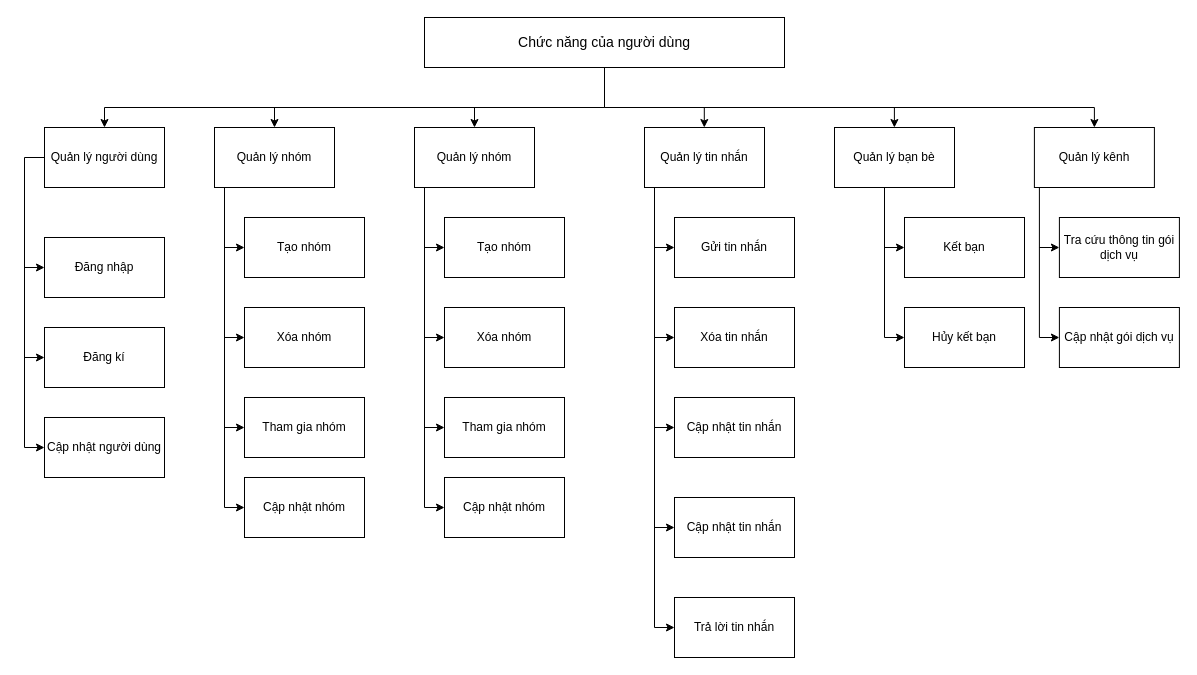
Above: phac thao do an cuoi cung/so do phan ra chuc nang.drawio in frozenproof/dactaphanmem (draw.io), before the change. Source tidied: cells renumbered, new cells numbered last; positions are measured from the earlier drawing's top-left corner, leaving out a move shared by most shapes. Both pictures are drawn from the tidied source at 100%, with x=0, y=0 at pixel (24, 17).
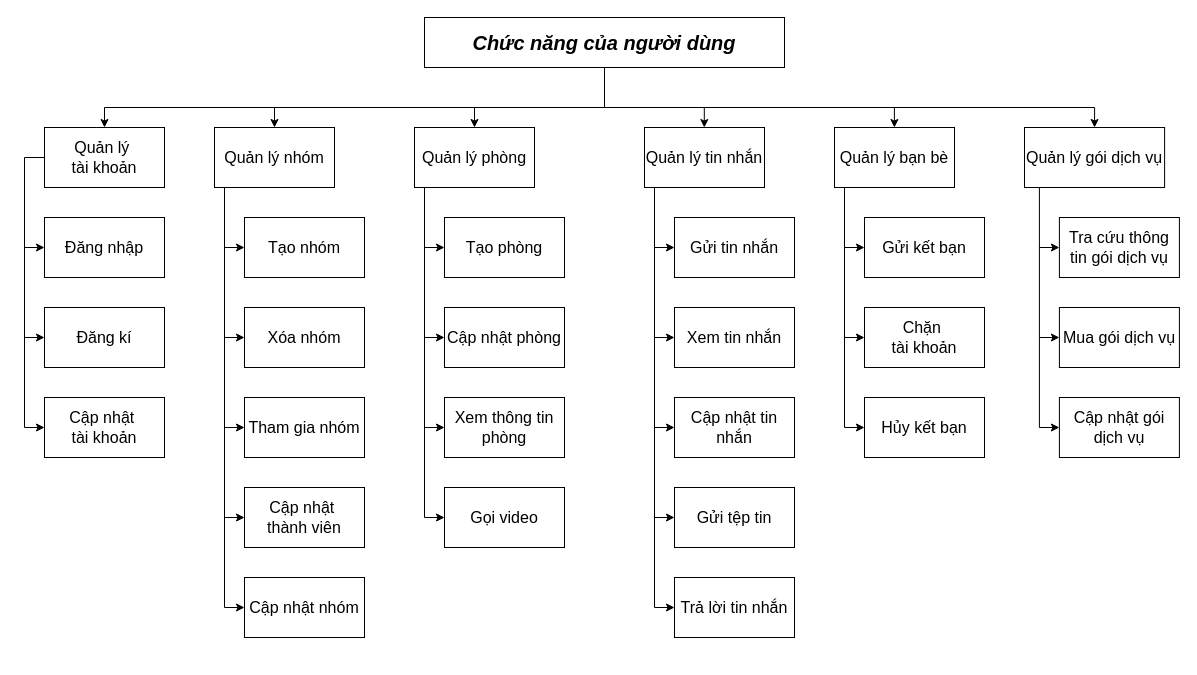
After the change.

What changed in the source:
```diff
@@
-    <mxCell id="2" style="edgeStyle=orthogonalEdgeStyle;rounded=0;jettySize=auto;html=1;" parent="1" edge="1" source="3" target="5">
+    <mxCell id="2" style="edgeStyle=orthogonalEdgeStyle;rounded=0;jettySize=auto;html=1;fontSize=16;" parent="1" edge="1" source="3" target="5">
       <mxGeometry relative="1" as="geometry">
         <Array as="points">
           <mxPoint x="580" y="90" />
           <mxPoint x="80" y="90" />
         </Array>
       </mxGeometry>
     </mxCell>
-    <mxCell id="3" value="&lt;span style=&quot;font-size: 14px;&quot;&gt;Chức năng của người dùng&lt;/span&gt;" style="rounded=0;whiteSpace=wrap;html=1;" parent="1" vertex="1">
+    <mxCell id="3" value="&lt;span style=&quot;font-size: 20px;&quot;&gt;Chức năng của&amp;nbsp;&lt;/span&gt;người dùng" style="rounded=0;whiteSpace=wrap;html=1;fontSize=20;fontStyle=3;" parent="1" vertex="1">
       <mxGeometry x="400" width="360" height="50" as="geometry" />
     </mxCell>
-    <mxCell id="4" style="edgeStyle=orthogonalEdgeStyle;rounded=0;jettySize=auto;html=1;" parent="1" edge="1" source="5" target="6">
+    <mxCell id="4" style="edgeStyle=orthogonalEdgeStyle;rounded=0;jettySize=auto;html=1;fontSize=16;" parent="1" edge="1" source="5" target="6">
       <mxGeometry relative="1" as="geometry">
         <Array as="points">
-          <mxPoint y="430" />
+          <mxPoint y="140" />
+          <mxPoint y="410" />
         </Array>
       </mxGeometry>
     </mxCell>
-    <mxCell id="5" value="Quản lý người dùng" style="rounded=0;whiteSpace=wrap;html=1;" parent="1" vertex="1">
+    <mxCell id="5" value="Quản lý&amp;nbsp;&lt;div&gt;tài khoản &lt;/div&gt;" style="rounded=0;whiteSpace=wrap;html=1;fontSize=16;" parent="1" vertex="1">
       <mxGeometry x="20" y="110" width="120" height="60" as="geometry" />
     </mxCell>
-    <mxCell id="6" value="Cập nhật người dùng" style="rounded=0;whiteSpace=wrap;html=1;" parent="1" vertex="1">
-      <mxGeometry x="20" y="400" width="120" height="60" as="geometry" />
+    <mxCell id="6" value="Cập nhật&amp;nbsp;&lt;div&gt;tài khoản &lt;/div&gt;" style="rounded=0;whiteSpace=wrap;html=1;fontSize=16;" parent="1" vertex="1">
+      <mxGeometry x="20" y="380" width="120" height="60" as="geometry" />
     </mxCell>
-    <mxCell id="7" value="Đăng kí" style="rounded=0;whiteSpace=wrap;html=1;" parent="1" vertex="1">
-      <mxGeometry x="20" y="310" width="120" height="60" as="geometry" />
+    <mxCell id="7" value="Đăng kí" style="rounded=0;whiteSpace=wrap;html=1;fontSize=16;" parent="1" vertex="1">
+      <mxGeometry x="20" y="290" width="120" height="60" as="geometry" />
     </mxCell>
-    <mxCell id="8" value="Đăng nhập" style="rounded=0;whiteSpace=wrap;html=1;" parent="1" vertex="1">
-      <mxGeometry x="20" y="220" width="120" height="60" as="geometry" />
+    <mxCell id="8" value="Đăng nhập" style="rounded=0;whiteSpace=wrap;html=1;fontSize=16;" parent="1" vertex="1">
+      <mxGeometry x="20" y="200" width="120" height="60" as="geometry" />
     </mxCell>
-    <mxCell id="9" style="endArrow=classic;html=1;rounded=0;entryX=0;entryY=0.5;entryDx=0;entryDy=0;" parent="1" edge="1" target="7">
+    <mxCell id="9" style="endArrow=classic;html=1;rounded=0;entryX=0;entryY=0.5;entryDx=0;entryDy=0;fontSize=16;" parent="1" edge="1" target="7">
       <mxGeometry relative="1" as="geometry">
-        <mxPoint y="340" as="sourcePoint" />
+        <mxPoint y="320" as="sourcePoint" />
       </mxGeometry>
     </mxCell>
-    <mxCell id="10" style="endArrow=classic;html=1;rounded=0;entryX=0;entryY=0.5;entryDx=0;entryDy=0;" parent="1" edge="1" target="8">
+    <mxCell id="10" style="endArrow=classic;html=1;rounded=0;entryX=0;entryY=0.5;entryDx=0;entryDy=0;fontSize=16;" parent="1" edge="1" target="8">
       <mxGeometry relative="1" as="geometry">
-        <mxPoint y="250" as="sourcePoint" />
+        <mxPoint y="230" as="sourcePoint" />
       </mxGeometry>
     </mxCell>
-    <mxCell id="11" value="Quản lý nhóm" style="rounded=0;whiteSpace=wrap;html=1;" parent="1" vertex="1">
+    <mxCell id="11" value="Quản lý nhóm" style="rounded=0;whiteSpace=wrap;html=1;fontSize=16;" parent="1" vertex="1">
       <mxGeometry x="190" y="110" width="120" height="60" as="geometry" />
     </mxCell>
-    <mxCell id="12" style="endArrow=classic;html=1;rounded=0;entryX=0.5;entryY=0;entryDx=0;entryDy=0;" parent="1" edge="1" target="11">
+    <mxCell id="12" style="endArrow=classic;html=1;rounded=0;entryX=0.5;entryY=0;entryDx=0;entryDy=0;fontSize=16;" parent="1" edge="1" target="11">
       <mxGeometry relative="1" as="geometry">
         <mxPoint x="250" y="90" as="sourcePoint" />
       </mxGeometry>
     </mxCell>
-    <mxCell id="13" style="edgeStyle=orthogonalEdgeStyle;rounded=0;jettySize=auto;html=1;exitX=0.5;exitY=1;exitDx=0;exitDy=0;entryX=0.5;entryY=0;entryDx=0;entryDy=0;" parent="1" edge="1" source="3" target="15">
+    <mxCell id="13" style="edgeStyle=orthogonalEdgeStyle;rounded=0;jettySize=auto;html=1;exitX=0.5;exitY=1;exitDx=0;exitDy=0;entryX=0.5;entryY=0;entryDx=0;entryDy=0;fontSize=16;" parent="1" edge="1" source="3" target="15">
       <mxGeometry relative="1" as="geometry">
         <Array as="points">
           <mxPoint x="580" y="50" />
           <mxPoint x="580" y="90" />
           <mxPoint x="1070" y="90" />
         </Array>
       </mxGeometry>
     </mxCell>
-    <mxCell id="14" value="Quản lý bạn bè" style="rounded=0;whiteSpace=wrap;html=1;" parent="1" vertex="1">
+    <mxCell id="14" value="Quản lý bạn bè" style="rounded=0;whiteSpace=wrap;html=1;fontSize=16;" parent="1" vertex="1">
       <mxGeometry x="810" y="110" width="120" height="60" as="geometry" />
     </mxCell>
-    <mxCell id="15" value="Quản lý kênh" style="rounded=0;whiteSpace=wrap;html=1;" parent="1" vertex="1">
-      <mxGeometry x="1009.9" y="110" width="120" height="60" as="geometry" />
+    <mxCell id="15" value="Quản lý gói dịch vụ" style="rounded=0;whiteSpace=wrap;html=1;fontSize=16;" parent="1" vertex="1">
+      <mxGeometry x="1000" y="110" width="140.1" height="60" as="geometry" />
     </mxCell>
-    <mxCell id="16" style="edgeStyle=orthogonalEdgeStyle;rounded=0;jettySize=auto;html=1;entryX=0;entryY=0.5;entryDx=0;entryDy=0;" parent="1" edge="1" target="23">
+    <mxCell id="16" style="edgeStyle=orthogonalEdgeStyle;rounded=0;jettySize=auto;html=1;entryX=0;entryY=0.5;entryDx=0;entryDy=0;fontSize=16;" parent="1" edge="1" target="23">
       <mxGeometry relative="1" as="geometry">
         <mxPoint x="200" y="170" as="sourcePoint" />
         <Array as="points">
-          <mxPoint x="200" y="490" />
+          <mxPoint x="200" y="590" />
         </Array>
       </mxGeometry>
     </mxCell>
-    <mxCell id="17" value="Xóa nhóm" style="rounded=0;whiteSpace=wrap;html=1;" parent="1" vertex="1">
+    <mxCell id="17" value="Xóa nhóm" style="rounded=0;whiteSpace=wrap;html=1;fontSize=16;" parent="1" vertex="1">
       <mxGeometry x="220" y="290" width="120" height="60" as="geometry" />
     </mxCell>
-    <mxCell id="18" value="Tạo nhóm" style="rounded=0;whiteSpace=wrap;html=1;" parent="1" vertex="1">
+    <mxCell id="18" value="Tạo nhóm" style="rounded=0;whiteSpace=wrap;html=1;fontSize=16;" parent="1" vertex="1">
       <mxGeometry x="220" y="200" width="120" height="60" as="geometry" />
     </mxCell>
-    <mxCell id="19" style="endArrow=classic;html=1;rounded=0;entryX=0;entryY=0.5;entryDx=0;entryDy=0;" parent="1" edge="1" target="17">
+    <mxCell id="19" style="endArrow=classic;html=1;rounded=0;entryX=0;entryY=0.5;entryDx=0;entryDy=0;fontSize=16;" parent="1" edge="1" target="17">
       <mxGeometry relative="1" as="geometry">
         <mxPoint x="200" y="320" as="sourcePoint" />
       </mxGeometry>
     </mxCell>
-    <mxCell id="20" style="endArrow=classic;html=1;rounded=0;entryX=0;entryY=0.5;entryDx=0;entryDy=0;" parent="1" edge="1" target="18">
+    <mxCell id="20" style="endArrow=classic;html=1;rounded=0;entryX=0;entryY=0.5;entryDx=0;entryDy=0;fontSize=16;" parent="1" edge="1" target="18">
       <mxGeometry relative="1" as="geometry">
         <mxPoint x="200" y="230" as="sourcePoint" />
       </mxGeometry>
     </mxCell>
-    <mxCell id="21" value="Tham gia nhóm" style="rounded=0;whiteSpace=wrap;html=1;" parent="1" vertex="1">
+    <mxCell id="21" value="Tham gia nhóm" style="rounded=0;whiteSpace=wrap;html=1;fontSize=16;" parent="1" vertex="1">
       <mxGeometry x="220" y="380" width="120" height="60" as="geometry" />
     </mxCell>
-    <mxCell id="22" style="endArrow=classic;html=1;rounded=0;entryX=0;entryY=0.5;entryDx=0;entryDy=0;" parent="1" edge="1" target="21">
+    <mxCell id="22" style="endArrow=classic;html=1;rounded=0;entryX=0;entryY=0.5;entryDx=0;entryDy=0;fontSize=16;" parent="1" edge="1" target="21">
       <mxGeometry relative="1" as="geometry">
         <mxPoint x="200" y="410" as="sourcePoint" />
       </mxGeometry>
     </mxCell>
-    <mxCell id="23" value="Cập nhật nhóm" style="rounded=0;whiteSpace=wrap;html=1;" parent="1" vertex="1">
-      <mxGeometry x="220" y="460" width="120" height="60" as="geometry" />
+    <mxCell id="23" value="Cập nhật nhóm" style="rounded=0;whiteSpace=wrap;html=1;fontSize=16;" parent="1" vertex="1">
+      <mxGeometry x="220" y="560" width="120" height="60" as="geometry" />
     </mxCell>
-    <mxCell id="24" style="edgeStyle=orthogonalEdgeStyle;rounded=0;jettySize=auto;html=1;entryX=0;entryY=0.5;entryDx=0;entryDy=0;" parent="1" edge="1" target="25">
+    <mxCell id="24" style="edgeStyle=orthogonalEdgeStyle;rounded=0;jettySize=auto;html=1;entryX=0;entryY=0.5;entryDx=0;entryDy=0;fontSize=16;" parent="1" edge="1" target="25">
       <mxGeometry relative="1" as="geometry">
         <mxPoint x="1014.9" y="170" as="sourcePoint" />
         <Array as="points">
-          <mxPoint x="1014.9" y="320" />
+          <mxPoint x="1015" y="410" />
         </Array>
       </mxGeometry>
     </mxCell>
-    <mxCell id="25" value="Cập nhật gói dịch vụ" style="rounded=0;whiteSpace=wrap;html=1;" parent="1" vertex="1">
-      <mxGeometry x="1034.9" y="290" width="120" height="60" as="geometry" />
+    <mxCell id="25" value="Cập nhật gói dịch vụ" style="rounded=0;whiteSpace=wrap;html=1;fontSize=16;" parent="1" vertex="1">
+      <mxGeometry x="1034.9" y="380" width="120" height="60" as="geometry" />
     </mxCell>
-    <mxCell id="26" value="Tra cứu thông tin gói dịch vụ" style="rounded=0;whiteSpace=wrap;html=1;" parent="1" vertex="1">
+    <mxCell id="26" value="Tra cứu thông tin gói dịch vụ" style="rounded=0;whiteSpace=wrap;html=1;fontSize=16;" parent="1" vertex="1">
       <mxGeometry x="1034.9" y="200" width="120" height="60" as="geometry" />
     </mxCell>
-    <mxCell id="27" style="endArrow=classic;html=1;rounded=0;entryX=0;entryY=0.5;entryDx=0;entryDy=0;" parent="1" edge="1" target="26">
+    <mxCell id="27" style="endArrow=classic;html=1;rounded=0;entryX=0;entryY=0.5;entryDx=0;entryDy=0;fontSize=16;" parent="1" edge="1" target="26">
       <mxGeometry relative="1" as="geometry">
         <mxPoint x="1014.9" y="230" as="sourcePoint" />
       </mxGeometry>
     </mxCell>
-    <mxCell id="28" style="edgeStyle=orthogonalEdgeStyle;rounded=0;jettySize=auto;html=1;entryX=0;entryY=0.5;entryDx=0;entryDy=0;" parent="1" edge="1" target="29">
+    <mxCell id="28" style="edgeStyle=orthogonalEdgeStyle;rounded=0;jettySize=auto;html=1;entryX=0;entryY=0.5;entryDx=0;entryDy=0;fontSize=16;" parent="1" edge="1" target="29">
       <mxGeometry relative="1" as="geometry">
-        <mxPoint x="860" y="170" as="sourcePoint" />
+        <mxPoint x="820" y="170" as="sourcePoint" />
         <Array as="points">
-          <mxPoint x="860" y="320" />
+          <mxPoint x="820" y="410" />
         </Array>
       </mxGeometry>
     </mxCell>
-    <mxCell id="29" value="Hủy kết bạn" style="rounded=0;whiteSpace=wrap;html=1;" parent="1" vertex="1">
-      <mxGeometry x="880" y="290" width="120" height="60" as="geometry" />
+    <mxCell id="29" value="Hủy kết bạn" style="rounded=0;whiteSpace=wrap;html=1;fontSize=16;" parent="1" vertex="1">
+      <mxGeometry x="840" y="380" width="120" height="60" as="geometry" />
     </mxCell>
-    <mxCell id="30" value="Kết bạn" style="rounded=0;whiteSpace=wrap;html=1;" parent="1" vertex="1">
-      <mxGeometry x="880" y="200" width="120" height="60" as="geometry" />
+    <mxCell id="30" value="Gửi kết bạn" style="rounded=0;whiteSpace=wrap;html=1;fontSize=16;" parent="1" vertex="1">
+      <mxGeometry x="840" y="200" width="120" height="60" as="geometry" />
     </mxCell>
-    <mxCell id="31" style="endArrow=classic;html=1;rounded=0;entryX=0;entryY=0.5;entryDx=0;entryDy=0;" parent="1" edge="1" target="30">
+    <mxCell id="31" style="endArrow=classic;html=1;rounded=0;entryX=0;entryY=0.5;entryDx=0;entryDy=0;fontSize=16;" parent="1" edge="1" target="30">
       <mxGeometry relative="1" as="geometry">
-        <mxPoint x="860" y="230" as="sourcePoint" />
+        <mxPoint x="820" y="230" as="sourcePoint" />
       </mxGeometry>
     </mxCell>
-    <mxCell id="32" style="endArrow=classic;html=1;rounded=0;entryX=0.5;entryY=0;entryDx=0;entryDy=0;" parent="1" edge="1">
+    <mxCell id="32" style="endArrow=classic;html=1;rounded=0;entryX=0.5;entryY=0;entryDx=0;entryDy=0;fontSize=16;" parent="1" edge="1">
       <mxGeometry relative="1" as="geometry">
         <mxPoint x="869.9" y="90" as="sourcePoint" />
         <mxPoint x="869.9" y="110" as="targetPoint" />
       </mxGeometry>
     </mxCell>
-    <mxCell id="33" value="Quản lý tin nhắn" style="rounded=0;whiteSpace=wrap;html=1;" parent="1" vertex="1">
+    <mxCell id="33" value="Quản lý tin nhắn" style="rounded=0;whiteSpace=wrap;html=1;fontSize=16;" parent="1" vertex="1">
       <mxGeometry x="620" y="110" width="120" height="60" as="geometry" />
     </mxCell>
-    <mxCell id="34" style="edgeStyle=orthogonalEdgeStyle;rounded=0;jettySize=auto;html=1;entryX=0;entryY=0.5;entryDx=0;entryDy=0;" parent="1" edge="1" target="41">
+    <mxCell id="34" style="edgeStyle=orthogonalEdgeStyle;rounded=0;jettySize=auto;html=1;entryX=0;entryY=0.5;entryDx=0;entryDy=0;fontSize=16;" parent="1" edge="1" target="41">
       <mxGeometry relative="1" as="geometry">
         <mxPoint x="630" y="170" as="sourcePoint" />
         <Array as="points">
-          <mxPoint x="630" y="610" />
+          <mxPoint x="630" y="590" />
         </Array>
       </mxGeometry>
     </mxCell>
-    <mxCell id="35" value="Xóa tin nhắn" style="rounded=0;whiteSpace=wrap;html=1;" parent="1" vertex="1">
+    <mxCell id="35" value="Xem tin nhắn" style="rounded=0;whiteSpace=wrap;html=1;fontSize=16;" parent="1" vertex="1">
       <mxGeometry x="650" y="290" width="120" height="60" as="geometry" />
     </mxCell>
-    <mxCell id="36" value="Gửi tin nhắn" style="rounded=0;whiteSpace=wrap;html=1;" parent="1" vertex="1">
+    <mxCell id="36" value="Gửi tin nhắn" style="rounded=0;whiteSpace=wrap;html=1;fontSize=16;" parent="1" vertex="1">
       <mxGeometry x="650" y="200" width="120" height="60" as="geometry" />
     </mxCell>
-    <mxCell id="37" style="endArrow=classic;html=1;rounded=0;entryX=0;entryY=0.5;entryDx=0;entryDy=0;" parent="1" edge="1" target="35">
+    <mxCell id="37" style="endArrow=classic;html=1;rounded=0;entryX=0;entryY=0.5;entryDx=0;entryDy=0;fontSize=16;" parent="1" edge="1" target="35">
       <mxGeometry relative="1" as="geometry">
         <mxPoint x="630" y="320" as="sourcePoint" />
       </mxGeometry>
     </mxCell>
-    <mxCell id="38" style="endArrow=classic;html=1;rounded=0;entryX=0;entryY=0.5;entryDx=0;entryDy=0;" parent="1" edge="1" target="36">
+    <mxCell id="38" style="endArrow=classic;html=1;rounded=0;entryX=0;entryY=0.5;entryDx=0;entryDy=0;fontSize=16;" parent="1" edge="1" target="36">
       <mxGeometry relative="1" as="geometry">
         <mxPoint x="630" y="230" as="sourcePoint" />
       </mxGeometry>
     </mxCell>
-    <mxCell id="39" value="Cập nhật tin nhắn" style="rounded=0;whiteSpace=wrap;html=1;" parent="1" vertex="1">
+    <mxCell id="39" value="Cập nhật tin nhắn" style="rounded=0;whiteSpace=wrap;html=1;fontSize=16;" parent="1" vertex="1">
       <mxGeometry x="650" y="380" width="120" height="60" as="geometry" />
     </mxCell>
-    <mxCell id="40" style="endArrow=classic;html=1;rounded=0;entryX=0;entryY=0.5;entryDx=0;entryDy=0;" parent="1" edge="1" target="39">
+    <mxCell id="40" style="endArrow=classic;html=1;rounded=0;entryX=0;entryY=0.5;entryDx=0;entryDy=0;fontSize=16;" parent="1" edge="1" target="39">
       <mxGeometry relative="1" as="geometry">
         <mxPoint x="630" y="410" as="sourcePoint" />
       </mxGeometry>
     </mxCell>
-    <mxCell id="41" value="Trả lời tin nhắn" style="rounded=0;whiteSpace=wrap;html=1;" parent="1" vertex="1">
-      <mxGeometry x="650" y="580" width="120" height="60" as="geometry" />
+    <mxCell id="41" value="Trả lời tin nhắn" style="rounded=0;whiteSpace=wrap;html=1;fontSize=16;" parent="1" vertex="1">
+      <mxGeometry x="650" y="560" width="120" height="60" as="geometry" />
     </mxCell>
-    <mxCell id="42" value="Cập nhật tin nhắn" style="rounded=0;whiteSpace=wrap;html=1;" parent="1" vertex="1">
-      <mxGeometry x="650" y="480" width="120" height="60" as="geometry" />
+    <mxCell id="42" value="Gửi tệp tin" style="rounded=0;whiteSpace=wrap;html=1;fontSize=16;" parent="1" vertex="1">
+      <mxGeometry x="650" y="470" width="120" height="60" as="geometry" />
     </mxCell>
-    <mxCell id="43" style="endArrow=classic;html=1;rounded=0;entryX=0;entryY=0.5;entryDx=0;entryDy=0;" parent="1" edge="1" target="42">
+    <mxCell id="43" style="endArrow=classic;html=1;rounded=0;entryX=0;entryY=0.5;entryDx=0;entryDy=0;fontSize=16;" parent="1" edge="1" target="42">
       <mxGeometry relative="1" as="geometry">
-        <mxPoint x="630" y="510" as="sourcePoint" />
+        <mxPoint x="630" y="500" as="sourcePoint" />
       </mxGeometry>
     </mxCell>
-    <mxCell id="44" style="endArrow=classic;html=1;rounded=0;entryX=0.5;entryY=0;entryDx=0;entryDy=0;" parent="1" edge="1">
+    <mxCell id="44" style="endArrow=classic;html=1;rounded=0;entryX=0.5;entryY=0;entryDx=0;entryDy=0;fontSize=16;" parent="1" edge="1">
       <mxGeometry relative="1" as="geometry">
         <mxPoint x="679.8" y="90" as="sourcePoint" />
         <mxPoint x="679.8" y="110" as="targetPoint" />
       </mxGeometry>
     </mxCell>
-    <mxCell id="45" value="Quản lý nhóm" style="rounded=0;whiteSpace=wrap;html=1;" parent="1" vertex="1">
+    <mxCell id="45" value="Quản lý phòng" style="rounded=0;whiteSpace=wrap;html=1;fontSize=16;" parent="1" vertex="1">
       <mxGeometry x="390" y="110" width="120" height="60" as="geometry" />
     </mxCell>
-    <mxCell id="46" style="endArrow=classic;html=1;rounded=0;entryX=0.5;entryY=0;entryDx=0;entryDy=0;" parent="1" edge="1" target="45">
+    <mxCell id="46" style="endArrow=classic;html=1;rounded=0;entryX=0.5;entryY=0;entryDx=0;entryDy=0;fontSize=16;" parent="1" edge="1" target="45">
       <mxGeometry relative="1" as="geometry">
         <mxPoint x="450" y="90" as="sourcePoint" />
       </mxGeometry>
     </mxCell>
-    <mxCell id="47" style="edgeStyle=orthogonalEdgeStyle;rounded=0;jettySize=auto;html=1;entryX=0;entryY=0.5;entryDx=0;entryDy=0;" parent="1" edge="1" target="54">
+    <mxCell id="47" style="edgeStyle=orthogonalEdgeStyle;rounded=0;jettySize=auto;html=1;entryX=0;entryY=0.5;entryDx=0;entryDy=0;fontSize=16;" parent="1" edge="1" target="54">
       <mxGeometry relative="1" as="geometry">
         <mxPoint x="400" y="170" as="sourcePoint" />
         <Array as="points">
-          <mxPoint x="400" y="490" />
+          <mxPoint x="400" y="500" />
         </Array>
       </mxGeometry>
     </mxCell>
-    <mxCell id="48" value="Xóa nhóm" style="rounded=0;whiteSpace=wrap;html=1;" parent="1" vertex="1">
+    <mxCell id="48" value="Cập nhật phòng" style="rounded=0;whiteSpace=wrap;html=1;fontSize=16;" parent="1" vertex="1">
       <mxGeometry x="420" y="290" width="120" height="60" as="geometry" />
     </mxCell>
-    <mxCell id="49" value="Tạo nhóm" style="rounded=0;whiteSpace=wrap;html=1;" parent="1" vertex="1">
+    <mxCell id="49" value="Tạo phòng" style="rounded=0;whiteSpace=wrap;html=1;fontSize=16;" parent="1" vertex="1">
       <mxGeometry x="420" y="200" width="120" height="60" as="geometry" />
     </mxCell>
-    <mxCell id="50" style="endArrow=classic;html=1;rounded=0;entryX=0;entryY=0.5;entryDx=0;entryDy=0;" parent="1" edge="1" target="48">
+    <mxCell id="50" style="endArrow=classic;html=1;rounded=0;entryX=0;entryY=0.5;entryDx=0;entryDy=0;fontSize=16;" parent="1" edge="1" target="48">
       <mxGeometry relative="1" as="geometry">
         <mxPoint x="400" y="320" as="sourcePoint" />
       </mxGeometry>
     </mxCell>
-    <mxCell id="51" style="endArrow=classic;html=1;rounded=0;entryX=0;entryY=0.5;entryDx=0;entryDy=0;" parent="1" edge="1" target="49">
+    <mxCell id="51" style="endArrow=classic;html=1;rounded=0;entryX=0;entryY=0.5;entryDx=0;entryDy=0;fontSize=16;" parent="1" edge="1" target="49">
       <mxGeometry relative="1" as="geometry">
         <mxPoint x="400" y="230" as="sourcePoint" />
       </mxGeometry>
     </mxCell>
-    <mxCell id="52" value="Tham gia nhóm" style="rounded=0;whiteSpace=wrap;html=1;" parent="1" vertex="1">
+    <mxCell id="52" value="Xem thông tin phòng" style="rounded=0;whiteSpace=wrap;html=1;fontSize=16;" parent="1" vertex="1">
       <mxGeometry x="420" y="380" width="120" height="60" as="geometry" />
     </mxCell>
-    <mxCell id="53" style="endArrow=classic;html=1;rounded=0;entryX=0;entryY=0.5;entryDx=0;entryDy=0;" parent="1" edge="1" target="52">
+    <mxCell id="53" style="endArrow=classic;html=1;rounded=0;entryX=0;entryY=0.5;entryDx=0;entryDy=0;fontSize=16;" parent="1" edge="1" target="52">
       <mxGeometry relative="1" as="geometry">
         <mxPoint x="400" y="410" as="sourcePoint" />
       </mxGeometry>
     </mxCell>
-    <mxCell id="54" value="Cập nhật nhóm" style="rounded=0;whiteSpace=wrap;html=1;" parent="1" vertex="1">
-      <mxGeometry x="420" y="460" width="120" height="60" as="geometry" />
+    <mxCell id="54" value="Gọi video" style="rounded=0;whiteSpace=wrap;html=1;fontSize=16;" parent="1" vertex="1">
+      <mxGeometry x="420" y="470" width="120" height="60" as="geometry" />
     </mxCell>
+    <mxCell id="55" value="Chặn&amp;nbsp;&lt;div&gt;tài khoản &lt;/div&gt;" style="rounded=0;whiteSpace=wrap;html=1;fontSize=16;" parent="1" vertex="1">
+      <mxGeometry x="840" y="290" width="120" height="60" as="geometry" />
+    </mxCell>
+    <mxCell id="56" style="endArrow=classic;html=1;rounded=0;entryX=0;entryY=0.5;entryDx=0;entryDy=0;fontSize=16;" parent="1" edge="1" target="55">
+      <mxGeometry relative="1" as="geometry">
+        <mxPoint x="820" y="320" as="sourcePoint" />
+      </mxGeometry>
+    </mxCell>
+    <mxCell id="57" value="Mua gói dịch vụ" style="rounded=0;whiteSpace=wrap;html=1;fontSize=16;" parent="1" vertex="1">
+      <mxGeometry x="1034.9" y="290" width="120" height="60" as="geometry" />
+    </mxCell>
+    <mxCell id="58" style="endArrow=classic;html=1;rounded=0;entryX=0;entryY=0.5;entryDx=0;entryDy=0;fontSize=16;" parent="1" edge="1" target="57">
+      <mxGeometry relative="1" as="geometry">
+        <mxPoint x="1014.9" y="320" as="sourcePoint" />
+      </mxGeometry>
+    </mxCell>
+    <mxCell id="59" value="Cập nhật&amp;nbsp;&lt;div&gt;thành viên&lt;/div&gt;" style="rounded=0;whiteSpace=wrap;html=1;fontSize=16;" parent="1" vertex="1">
+      <mxGeometry x="220" y="470" width="120" height="60" as="geometry" />
+    </mxCell>
+    <mxCell id="60" style="endArrow=classic;html=1;rounded=0;entryX=0;entryY=0.5;entryDx=0;entryDy=0;fontSize=16;" parent="1" edge="1" target="59">
+      <mxGeometry relative="1" as="geometry">
+        <mxPoint x="200" y="500" as="sourcePoint" />
+      </mxGeometry>
+    </mxCell>
```
